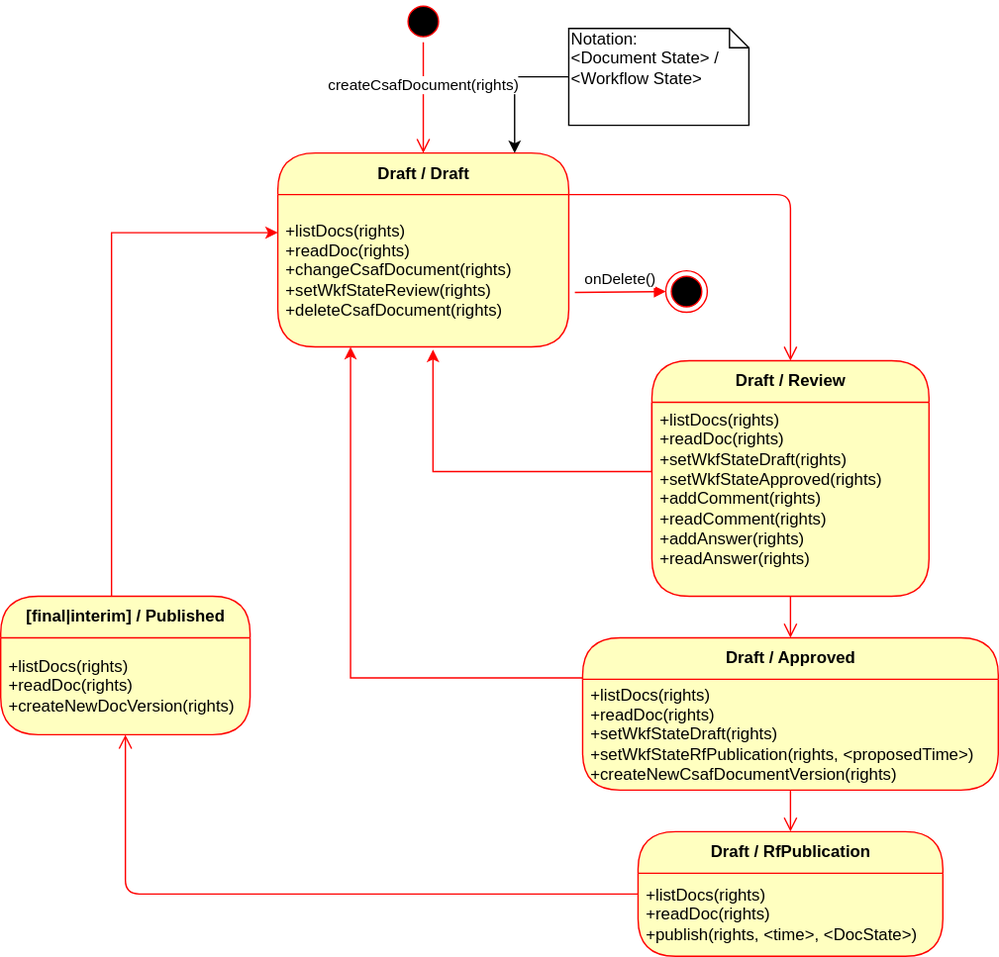
Earlier version of the draw.io export documents/CSAF-Backend-States.drawio.svg (secvisogram/csaf-cms-backend). Source tidied: cells renumbered, new cells last; positions are measured from the earlier drawing's top-left corner, leaving out a move shared by most shapes.
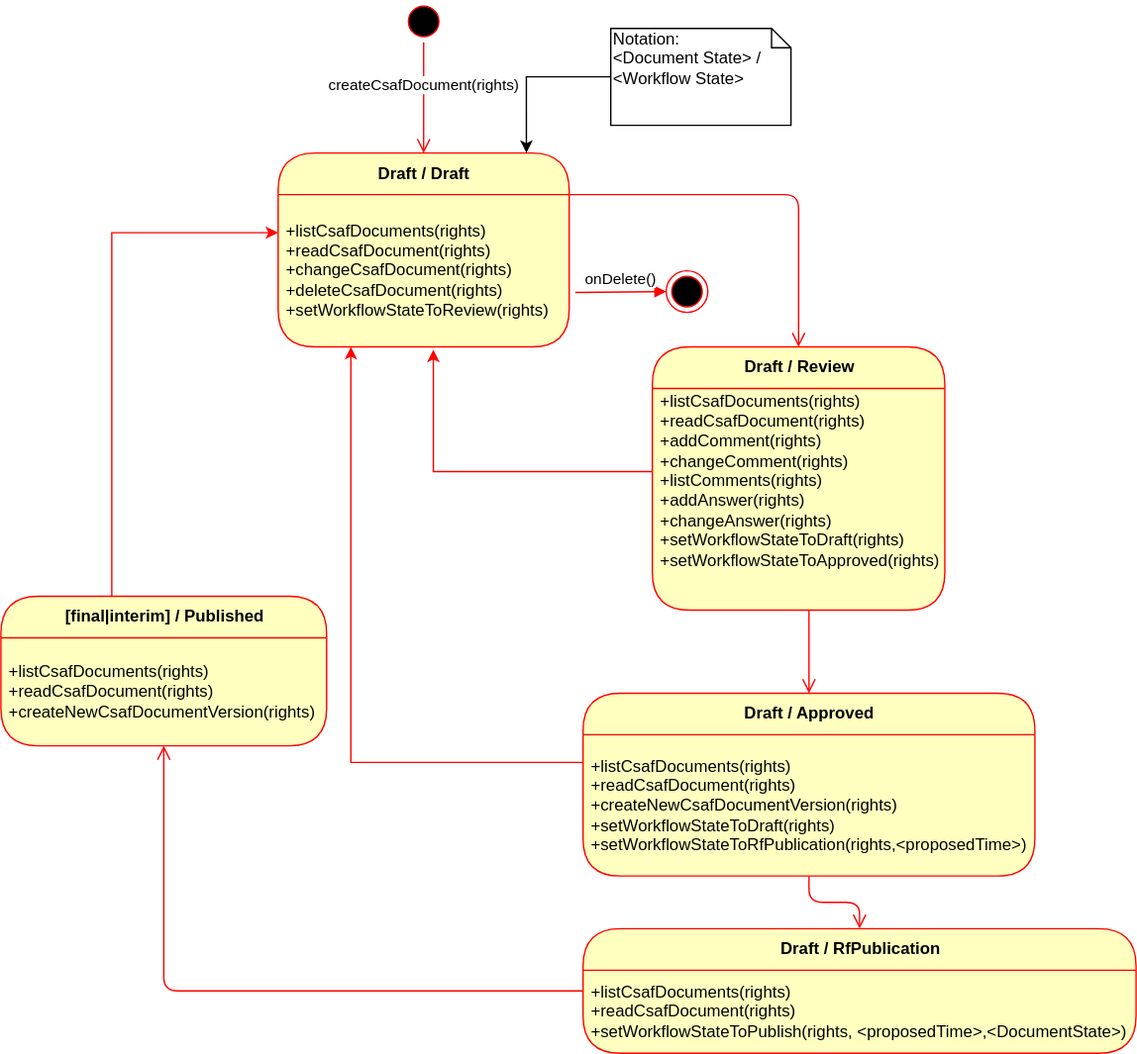
After the commit.

Commit message:
doc(rest,architecture ): made names in architecture-decisions.md and rest service consistent, split workflow state rest services in one for every state

What changed in the source:
```diff
@@ -11,7 +11,12 @@
       <mxGeometry relative="1" as="geometry" />
     </mxCell>
     <mxCell id="4" style="edgeStyle=orthogonalEdgeStyle;html=1;verticalAlign=bottom;endArrow=open;endSize=8;strokeColor=#ff0000;entryX=0.5;entryY=0;entryDx=0;entryDy=0;" parent="1" edge="1" source="11" target="13">
-      <mxGeometry relative="1" as="geometry" />
+      <mxGeometry relative="1" as="geometry">
+        <Array as="points">
+          <mxPoint x="583" y="460" />
+          <mxPoint x="583" y="460" />
+        </Array>
+      </mxGeometry>
     </mxCell>
     <mxCell id="5" style="edgeStyle=orthogonalEdgeStyle;html=1;verticalAlign=bottom;endArrow=open;endSize=8;strokeColor=#ff0000;entryX=0.5;entryY=1;entryDx=0;entryDy=0;" parent="1" edge="1" source="15" target="10">
       <mxGeometry relative="1" as="geometry" />
@@ -28,7 +33,8 @@
     <mxCell id="7" style="edgeStyle=orthogonalEdgeStyle;rounded=0;jettySize=auto;html=1;exitX=0;exitY=0;exitDx=0;exitDy=0;entryX=0.25;entryY=1;entryDx=0;entryDy=0;strokeColor=#FF0000;" parent="1" edge="1" source="14" target="20">
       <mxGeometry relative="1" as="geometry">
         <Array as="points">
-          <mxPoint x="253" y="489" />
+          <mxPoint x="420" y="550" />
+          <mxPoint x="253" y="550" />
         </Array>
       </mxGeometry>
     </mxCell>
@@ -40,43 +46,43 @@
       </mxGeometry>
     </mxCell>
     <mxCell id="9" value="[final|interim] / Published" style="swimlane;html=1;fontStyle=1;align=center;verticalAlign=middle;horizontal=1;startSize=30;fontColor=#000000;rounded=1;arcSize=30;strokeColor=#ff0000;fillColor=#ffffc0;swimlaneFillColor=#ffffc0;" parent="1" vertex="1">
-      <mxGeometry y="430" width="180" height="100" as="geometry" />
+      <mxGeometry y="430" width="235" height="108" as="geometry" />
     </mxCell>
-    <mxCell id="10" value="+listDocs(rights)&lt;br&gt;+readDoc(rights)&lt;br&gt;+createNewDocVersion(rights)" style="text;html=1;strokeColor=none;fillColor=none;align=left;verticalAlign=middle;spacingLeft=4;spacingRight=4;whiteSpace=wrap;overflow=hidden;fontColor=#000000;" parent="9" vertex="1">
-      <mxGeometry y="30" width="180" height="70" as="geometry" />
+    <mxCell id="10" value="+listCsafDocuments(rights)&lt;br&gt;+readCsafDocument(rights)&lt;br&gt;+createNewCsafDocumentVersion(rights)" style="text;html=1;strokeColor=none;fillColor=none;align=left;verticalAlign=middle;spacingLeft=4;spacingRight=4;whiteSpace=wrap;overflow=hidden;fontColor=#000000;" parent="9" vertex="1">
+      <mxGeometry y="30" width="235" height="78" as="geometry" />
     </mxCell>
     <mxCell id="11" value="Draft / Review" style="swimlane;html=1;fontStyle=1;align=center;verticalAlign=middle;horizontal=1;startSize=30;fontColor=#000000;rounded=1;arcSize=30;strokeColor=#ff0000;fillColor=#ffffc0;swimlaneFillColor=#ffffc0;" parent="1" vertex="1">
-      <mxGeometry x="470" y="260" width="200" height="170" as="geometry" />
+      <mxGeometry x="470" y="250" width="211" height="190" as="geometry" />
     </mxCell>
-    <mxCell id="12" value="&lt;span&gt;+listDocs(rights)&lt;/span&gt;&lt;br&gt;&lt;span&gt;+readDoc(rights)&lt;br&gt;&lt;/span&gt;+setWkfStateDraft(rights)&lt;br&gt;+setWkfStateApproved(rights)&lt;span&gt;&lt;br&gt;+addComment(rights)&lt;/span&gt;&lt;br&gt;&lt;span&gt;+readComment(rights)&lt;br&gt;&lt;/span&gt;+addAnswer(rights)&lt;br&gt;+readAnswer(rights)&lt;br&gt;&lt;span&gt;&lt;br&gt;&lt;/span&gt;" style="text;html=1;strokeColor=none;fillColor=none;align=left;verticalAlign=middle;spacingLeft=4;spacingRight=4;whiteSpace=wrap;overflow=hidden;fontColor=#000000;" parent="11" vertex="1">
-      <mxGeometry y="30" width="200" height="140" as="geometry" />
+    <mxCell id="12" value="&lt;span&gt;+&lt;/span&gt;listCsafDocuments&lt;span&gt;(rights)&lt;/span&gt;&lt;br&gt;&lt;span&gt;+&lt;/span&gt;readCsafDocument&lt;span&gt;(rights)&lt;br&gt;&lt;/span&gt;&lt;span&gt;+addComment(rights)&lt;br&gt;&lt;/span&gt;+changeComment(rights)&lt;br&gt;&lt;span&gt;+listComments(rights)&lt;br&gt;&lt;/span&gt;+addAnswer(rights)&lt;br&gt;+changeAnswer(rights)&lt;br&gt;+setWorkflowStateToDraft(rights)&lt;br&gt;+setWorkflowStateToApproved(rights)&lt;br&gt;&lt;br&gt;&lt;span&gt;&lt;br&gt;&lt;/span&gt;" style="text;html=1;strokeColor=none;fillColor=none;align=left;verticalAlign=middle;spacingLeft=4;spacingRight=4;whiteSpace=wrap;overflow=hidden;fontColor=#000000;" parent="11" vertex="1">
+      <mxGeometry y="30" width="211" height="160" as="geometry" />
     </mxCell>
     <mxCell id="13" value="Draft / Approved" style="swimlane;html=1;fontStyle=1;align=center;verticalAlign=middle;horizontal=1;startSize=30;fontColor=#000000;rounded=1;arcSize=30;strokeColor=#ff0000;fillColor=#ffffc0;swimlaneFillColor=#ffffc0;" parent="1" vertex="1">
-      <mxGeometry x="420" y="460" width="300" height="110" as="geometry" />
+      <mxGeometry x="420" y="500" width="326" height="132" as="geometry" />
     </mxCell>
-    <mxCell id="14" value="+listDocs(rights)&lt;br&gt;+readDoc(rights)&lt;br&gt;+setWkfStateDraft(rights)&lt;br&gt;+setWkfStateRfPublication(rights, &amp;lt;proposedTime&amp;gt;)&lt;br&gt;+createNewCsafDocumentVersion(rights)" style="text;html=1;strokeColor=none;fillColor=none;align=left;verticalAlign=middle;spacingLeft=4;spacingRight=4;whiteSpace=wrap;overflow=hidden;fontColor=#000000;" parent="13" vertex="1">
-      <mxGeometry y="30" width="300" height="80" as="geometry" />
+    <mxCell id="14" value="+listCsafDocuments(rights)&lt;br&gt;+readCsafDocument(rights)&lt;br&gt;+createNewCsafDocumentVersion(rights)&lt;br&gt;+setWorkflowStateToDraft(rights)&lt;br&gt;+setWorkflowStateToRfPublication(rights,&amp;lt;proposedTime&amp;gt;)" style="text;html=1;strokeColor=none;fillColor=none;align=left;verticalAlign=middle;spacingLeft=4;spacingRight=4;whiteSpace=wrap;overflow=hidden;fontColor=#000000;" parent="13" vertex="1">
+      <mxGeometry y="30" width="326" height="102" as="geometry" />
     </mxCell>
     <mxCell id="15" value="Draft / RfPublication" style="swimlane;html=1;fontStyle=1;align=center;verticalAlign=middle;horizontal=1;startSize=30;fontColor=#000000;rounded=1;arcSize=30;strokeColor=#ff0000;fillColor=#ffffc0;swimlaneFillColor=#ffffc0;" parent="1" vertex="1">
-      <mxGeometry x="460" y="600" width="220" height="90" as="geometry" />
+      <mxGeometry x="420" y="670" width="399" height="90" as="geometry" />
     </mxCell>
-    <mxCell id="16" value="+listDocs(rights)&lt;br&gt;+readDoc(rights)&lt;br&gt;+publish(rights, &amp;lt;time&amp;gt;, &amp;lt;DocState&amp;gt;)" style="text;html=1;strokeColor=none;fillColor=none;align=left;verticalAlign=middle;spacingLeft=4;spacingRight=4;whiteSpace=wrap;overflow=hidden;fontColor=#000000;" parent="15" vertex="1">
-      <mxGeometry y="30" width="220" height="60" as="geometry" />
+    <mxCell id="16" value="+listCsafDocuments(rights)&lt;br&gt;+readCsafDocument(rights)&lt;br&gt;+setWorkflowStateToPublish(rights, &amp;lt;proposedTime&amp;gt;,&amp;lt;DocumentState&amp;gt;)" style="text;html=1;strokeColor=none;fillColor=none;align=left;verticalAlign=middle;spacingLeft=4;spacingRight=4;whiteSpace=wrap;overflow=hidden;fontColor=#000000;" parent="15" vertex="1">
+      <mxGeometry y="30" width="399" height="60" as="geometry" />
     </mxCell>
-    <mxCell id="17" style="edgeStyle=orthogonalEdgeStyle;rounded=0;jettySize=auto;html=1;entryX=0.814;entryY=0;entryDx=0;entryDy=0;entryPerimeter=0;" parent="1" edge="1" source="18" target="19">
+    <mxCell id="17" style="edgeStyle=orthogonalEdgeStyle;rounded=0;jettySize=auto;html=1;entryX=0.853;entryY=-0.001;entryDx=0;entryDy=0;entryPerimeter=0;" parent="1" edge="1" source="18" target="19">
       <mxGeometry relative="1" as="geometry">
         <Array as="points">
-          <mxPoint x="371" y="55" />
+          <mxPoint x="379" y="55" />
         </Array>
       </mxGeometry>
     </mxCell>
     <mxCell id="18" value="Notation:&amp;nbsp;&lt;br&gt;&amp;lt;Document State&amp;gt; / &amp;lt;Workflow State&amp;gt;" style="shape=note;whiteSpace=wrap;html=1;size=14;verticalAlign=top;align=left;spacingTop=-6;" parent="1" vertex="1">
-      <mxGeometry x="410" y="20" width="130" height="70" as="geometry" />
+      <mxGeometry x="440" y="20" width="130" height="70" as="geometry" />
     </mxCell>
     <mxCell id="19" value="Draft / Draft" style="swimlane;html=1;fontStyle=1;align=center;verticalAlign=middle;horizontal=1;startSize=30;fontColor=#000000;rounded=1;arcSize=30;strokeColor=#ff0000;fillColor=#ffffc0;swimlaneFillColor=#ffffc0;" parent="1" vertex="1">
       <mxGeometry x="200" y="110" width="210" height="140" as="geometry" />
     </mxCell>
-    <mxCell id="20" value="+listDocs(rights)&lt;br&gt;+readDoc(rights)&lt;br&gt;+changeCsafDocument(rights)&lt;br&gt;+setWkfStateReview(rights)&lt;br&gt;+deleteCsafDocument(rights)" style="text;html=1;strokeColor=none;fillColor=none;align=left;verticalAlign=middle;spacingLeft=4;spacingRight=4;whiteSpace=wrap;overflow=hidden;fontColor=#000000;" parent="19" vertex="1">
+    <mxCell id="20" value="+listCsafDocuments(rights)&lt;br&gt;+readCsafDocument(rights)&lt;br&gt;+changeCsafDocument(rights)&lt;br&gt;+deleteCsafDocument(rights)&lt;br&gt;+setWorkflowStateToReview(rights)" style="text;html=1;strokeColor=none;fillColor=none;align=left;verticalAlign=middle;spacingLeft=4;spacingRight=4;whiteSpace=wrap;overflow=hidden;fontColor=#000000;" parent="19" vertex="1">
       <mxGeometry y="30" width="210" height="110" as="geometry" />
     </mxCell>
     <mxCell id="21" value="cr" style="ellipse;html=1;shape=startState;fillColor=#000000;strokeColor=#ff0000;align=left;" parent="1" vertex="1">
```
